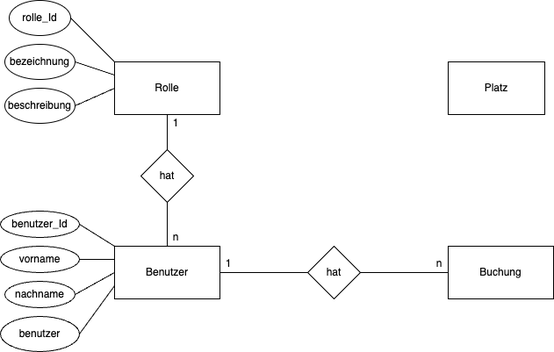
Before: Documentation/ER-Diagramm.drawio.png, a diagram exported from draw.io (n1klas2305/TennisBookingSystem). Source tidied: cells renumbered, new cells last; positions are measured from the earlier drawing's top-left corner, leaving out a move shared by most shapes.
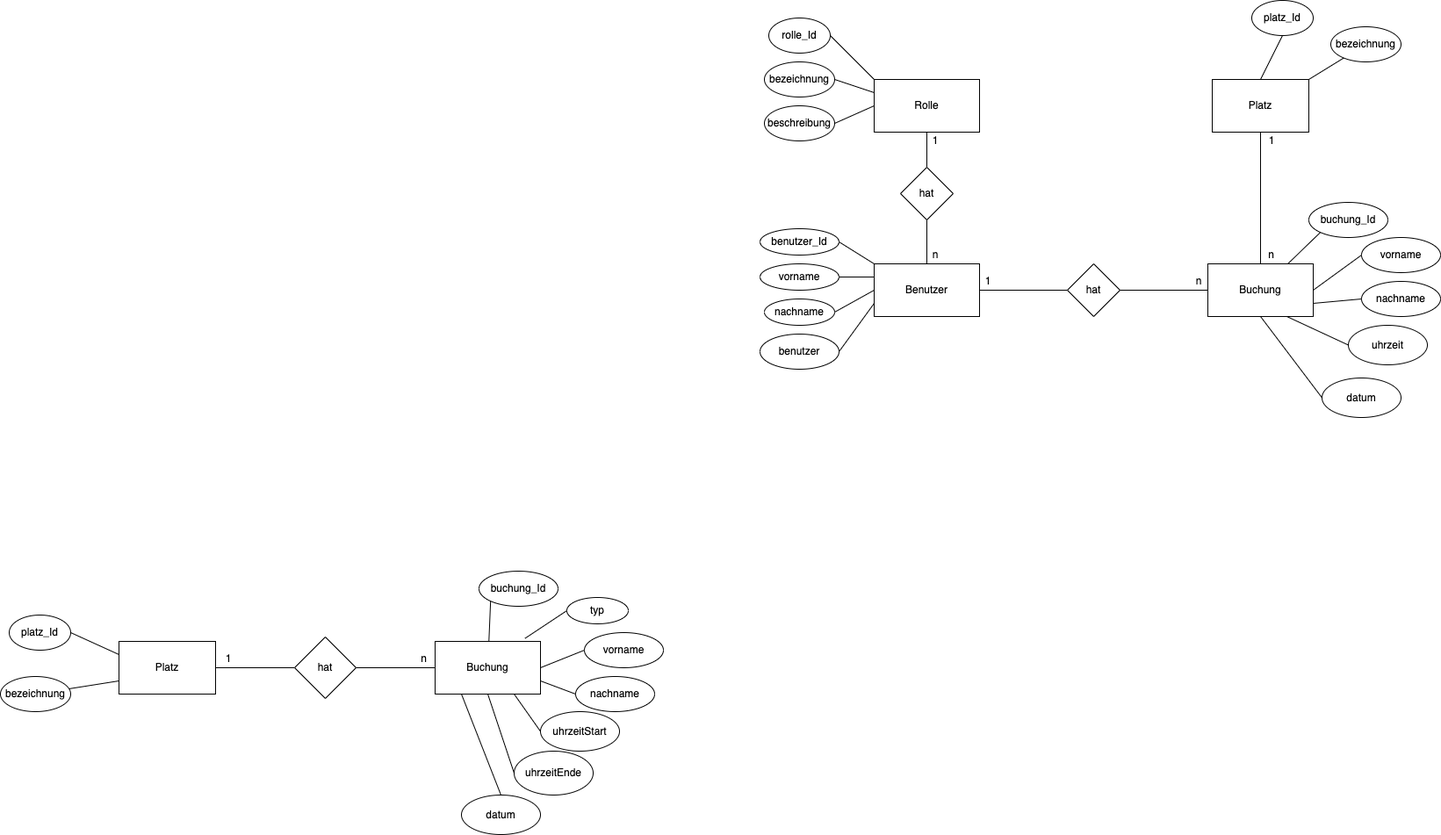
After the commit.

What changed in the source:
```diff
@@ -3,53 +3,107 @@
     <mxCell id="0" />
     <mxCell id="1" parent="0" />
     <mxCell id="2" value="Buchung" style="rounded=0;whiteSpace=wrap;html=1;" parent="1" vertex="1">
-      <mxGeometry x="510" y="280" width="120" height="60" as="geometry" />
+      <mxGeometry x="-370" y="710" width="120" height="60" as="geometry" />
     </mxCell>
+    <mxCell id="4" value="Platz" style="whiteSpace=wrap;html=1;" parent="1" vertex="1">
+      <mxGeometry x="-730" y="710" width="110" height="60" as="geometry" />
+    </mxCell>
+    <mxCell id="30" value="platz_Id&lt;span style=&quot;color: rgba(0, 0, 0, 0); font-family: monospace; font-size: 0px; text-align: start;&quot;&gt;%3CmxGraphModel%3E%3Croot%3E%3CmxCell%20id%3D%220%22%2F%3E%3CmxCell%20id%3D%221%22%20parent%3D%220%22%2F%3E%3CmxCell%20id%3D%222%22%20value%3D%22rolle_Id%22%20style%3D%22ellipse%3BwhiteSpace%3Dwrap%3Bhtml%3D1%3B%22%20vertex%3D%221%22%20parent%3D%221%22%3E%3CmxGeometry%20x%3D%22-100%22%20y%3D%22-20%22%20width%3D%2270%22%20height%3D%2240%22%20as%3D%22geometry%22%2F%3E%3C%2FmxCell%3E%3C%2Froot%3E%3C%2FmxGraphModel%3E&lt;/span&gt;" style="ellipse;whiteSpace=wrap;html=1;" parent="1" vertex="1">
+      <mxGeometry x="-855" y="680" width="70" height="40" as="geometry" />
+    </mxCell>
+    <mxCell id="31" style="endArrow=none;html=1;rounded=0;entryX=1;entryY=0.5;entryDx=0;entryDy=0;exitX=0;exitY=0.5;exitDx=0;exitDy=0;startArrow=none;" parent="1" edge="1" source="84" target="4">
+      <mxGeometry relative="1" as="geometry" />
+    </mxCell>
+    <mxCell id="32" value="n" style="text;html=1;strokeColor=none;fillColor=none;align=center;verticalAlign=middle;whiteSpace=wrap;rounded=0;" parent="1" vertex="1">
+      <mxGeometry x="-395" y="720" width="25" height="20" as="geometry" />
+    </mxCell>
+    <mxCell id="33" value="buchung_Id" style="ellipse;whiteSpace=wrap;html=1;" parent="1" vertex="1">
+      <mxGeometry x="-320" y="630" width="90" height="40" as="geometry" />
+    </mxCell>
+    <mxCell id="34" value="uhrzeitStart" style="ellipse;whiteSpace=wrap;html=1;" parent="1" vertex="1">
+      <mxGeometry x="-250" y="790" width="90" height="45" as="geometry" />
+    </mxCell>
+    <mxCell id="35" value="datum" style="ellipse;whiteSpace=wrap;html=1;" parent="1" vertex="1">
+      <mxGeometry x="-340" y="885" width="90" height="45" as="geometry" />
+    </mxCell>
+    <mxCell id="36" style="endArrow=none;html=1;rounded=0;entryX=0;entryY=1;entryDx=0;entryDy=0;" parent="1" edge="1" source="2" target="33">
+      <mxGeometry relative="1" as="geometry" />
+    </mxCell>
+    <mxCell id="37" style="endArrow=none;html=1;rounded=0;exitX=0.75;exitY=1;exitDx=0;exitDy=0;entryX=0;entryY=0.5;entryDx=0;entryDy=0;" parent="1" edge="1" source="2" target="34">
+      <mxGeometry relative="1" as="geometry" />
+    </mxCell>
+    <mxCell id="38" style="endArrow=none;html=1;rounded=0;exitX=0.25;exitY=1;exitDx=0;exitDy=0;entryX=0.5;entryY=0;entryDx=0;entryDy=0;" parent="1" edge="1" source="2" target="35">
+      <mxGeometry relative="1" as="geometry" />
+    </mxCell>
+    <mxCell id="39" style="endArrow=none;html=1;rounded=0;entryX=1;entryY=0.5;entryDx=0;entryDy=0;exitX=0;exitY=0.25;exitDx=0;exitDy=0;" parent="1" edge="1" source="4" target="30">
+      <mxGeometry relative="1" as="geometry" />
+    </mxCell>
+    <mxCell id="40" style="endArrow=none;html=1;rounded=0;exitX=0;exitY=0.75;exitDx=0;exitDy=0;" parent="1" edge="1" source="4" target="41">
+      <mxGeometry relative="1" as="geometry" />
+    </mxCell>
+    <mxCell id="41" value="bezeichnung" style="ellipse;whiteSpace=wrap;html=1;" parent="1" vertex="1">
+      <mxGeometry x="-865" y="750" width="80" height="40" as="geometry" />
+    </mxCell>
+    <mxCell id="42" style="endArrow=none;html=1;rounded=0;exitX=1;exitY=0.5;exitDx=0;exitDy=0;entryX=0;entryY=0.5;entryDx=0;entryDy=0;" parent="1" edge="1" source="2" target="43">
+      <mxGeometry relative="1" as="geometry" />
+    </mxCell>
+    <mxCell id="43" value="vorname" style="ellipse;whiteSpace=wrap;html=1;" parent="1" vertex="1">
+      <mxGeometry x="-200" y="700" width="90" height="40" as="geometry" />
+    </mxCell>
+    <mxCell id="44" value="nachname" style="ellipse;whiteSpace=wrap;html=1;" parent="1" vertex="1">
+      <mxGeometry x="-210" y="750" width="90" height="40" as="geometry" />
+    </mxCell>
+    <mxCell id="45" style="endArrow=none;html=1;rounded=0;exitX=1;exitY=0.75;exitDx=0;exitDy=0;entryX=0;entryY=0.5;entryDx=0;entryDy=0;" parent="1" edge="1" source="2" target="44">
+      <mxGeometry relative="1" as="geometry" />
+    </mxCell>
+    <mxCell id="46" value="Buchung" style="rounded=0;whiteSpace=wrap;html=1;" parent="1" vertex="1">
+      <mxGeometry x="510" y="280" width="120" height="60" as="geometry" />
+    </mxCell>
     <mxCell id="3" value="Benutzer" style="rounded=0;whiteSpace=wrap;html=1;" parent="1" vertex="1">
       <mxGeometry x="130" y="280" width="120" height="60" as="geometry" />
     </mxCell>
-    <mxCell id="4" value="Platz" style="whiteSpace=wrap;html=1;" parent="1" vertex="1">
-      <mxGeometry x="510" y="70" width="110" height="60" as="geometry" />
-    </mxCell>
+    <mxCell id="47" value="Platz" style="whiteSpace=wrap;html=1;" parent="1" vertex="1">
+      <mxGeometry x="515" y="70" width="110" height="60" as="geometry" />
+    </mxCell>
     <mxCell id="5" value="Rolle" style="whiteSpace=wrap;html=1;" parent="1" vertex="1">
       <mxGeometry x="130" y="70" width="120" height="60" as="geometry" />
     </mxCell>
-    <mxCell id="6" style="endArrow=none;html=1;rounded=0;exitX=0;exitY=0.5;exitDx=0;exitDy=0;entryX=1;entryY=0.5;entryDx=0;entryDy=0;startArrow=none;" parent="1" edge="1" source="13" target="3">
-      <mxGeometry relative="1" as="geometry" />
-    </mxCell>
-    <mxCell id="7" value="vorname" style="ellipse;whiteSpace=wrap;html=1;" parent="1" vertex="1">
-      <mxGeometry y="280" width="90" height="30" as="geometry" />
-    </mxCell>
-    <mxCell id="8" value="nachname" style="ellipse;whiteSpace=wrap;html=1;" parent="1" vertex="1">
-      <mxGeometry x="5" y="320" width="80" height="30" as="geometry" />
-    </mxCell>
+    <mxCell id="48" style="endArrow=none;html=1;rounded=0;exitX=0;exitY=0.5;exitDx=0;exitDy=0;entryX=1;entryY=0.5;entryDx=0;entryDy=0;startArrow=none;" parent="1" edge="1" source="53" target="3">
+      <mxGeometry relative="1" as="geometry" />
+    </mxCell>
+    <mxCell id="49" value="vorname" style="ellipse;whiteSpace=wrap;html=1;" parent="1" vertex="1">
+      <mxGeometry y="280" width="90" height="30" as="geometry" />
+    </mxCell>
+    <mxCell id="50" value="nachname" style="ellipse;whiteSpace=wrap;html=1;" parent="1" vertex="1">
+      <mxGeometry x="5" y="320" width="80" height="30" as="geometry" />
+    </mxCell>
     <mxCell id="9" value="benutzer" style="ellipse;whiteSpace=wrap;html=1;" parent="1" vertex="1">
       <mxGeometry y="360" width="90" height="40" as="geometry" />
     </mxCell>
-    <mxCell id="10" style="endArrow=none;html=1;rounded=0;entryX=1;entryY=0.5;entryDx=0;entryDy=0;exitX=0;exitY=0.25;exitDx=0;exitDy=0;" parent="1" edge="1" source="3" target="7">
-      <mxGeometry relative="1" as="geometry" />
-    </mxCell>
-    <mxCell id="11" style="endArrow=none;html=1;rounded=0;exitX=1;exitY=0.5;exitDx=0;exitDy=0;entryX=0;entryY=0.5;entryDx=0;entryDy=0;" parent="1" edge="1" source="8" target="3">
-      <mxGeometry relative="1" as="geometry" />
-    </mxCell>
+    <mxCell id="51" style="endArrow=none;html=1;rounded=0;entryX=1;entryY=0.5;entryDx=0;entryDy=0;exitX=0;exitY=0.25;exitDx=0;exitDy=0;" parent="1" edge="1" source="3" target="49">
+      <mxGeometry relative="1" as="geometry" />
+    </mxCell>
+    <mxCell id="52" style="endArrow=none;html=1;rounded=0;exitX=1;exitY=0.5;exitDx=0;exitDy=0;entryX=0;entryY=0.5;entryDx=0;entryDy=0;" parent="1" edge="1" source="50" target="3">
+      <mxGeometry relative="1" as="geometry" />
+    </mxCell>
     <mxCell id="12" style="endArrow=none;html=1;rounded=0;entryX=1;entryY=0.5;entryDx=0;entryDy=0;exitX=0;exitY=0.75;exitDx=0;exitDy=0;" parent="1" edge="1" source="3" target="9">
       <mxGeometry relative="1" as="geometry" />
     </mxCell>
-    <mxCell id="13" value="hat" style="rhombus;whiteSpace=wrap;html=1;" parent="1" vertex="1">
-      <mxGeometry x="350" y="280" width="60" height="60" as="geometry" />
-    </mxCell>
-    <mxCell id="14" style="endArrow=none;html=1;rounded=0;exitX=0;exitY=0.5;exitDx=0;exitDy=0;entryX=1;entryY=0.5;entryDx=0;entryDy=0;" parent="1" edge="1" source="2" target="13">
-      <mxGeometry relative="1" as="geometry" />
-    </mxCell>
-    <mxCell id="15" value="1" style="text;html=1;strokeColor=none;fillColor=none;align=center;verticalAlign=middle;whiteSpace=wrap;rounded=0;" parent="1" vertex="1">
-      <mxGeometry x="250" y="290" width="20" height="20" as="geometry" />
-    </mxCell>
-    <mxCell id="16" value="n" style="text;html=1;strokeColor=none;fillColor=none;align=center;verticalAlign=middle;whiteSpace=wrap;rounded=0;" parent="1" vertex="1">
-      <mxGeometry x="490" y="290" width="20" height="20" as="geometry" />
-    </mxCell>
-    <mxCell id="17" value="bezeichnung" style="ellipse;whiteSpace=wrap;html=1;" parent="1" vertex="1">
-      <mxGeometry x="5" y="50" width="80" height="40" as="geometry" />
-    </mxCell>
+    <mxCell id="53" value="hat" style="rhombus;whiteSpace=wrap;html=1;" parent="1" vertex="1">
+      <mxGeometry x="350" y="280" width="60" height="60" as="geometry" />
+    </mxCell>
+    <mxCell id="54" style="endArrow=none;html=1;rounded=0;exitX=0;exitY=0.5;exitDx=0;exitDy=0;entryX=1;entryY=0.5;entryDx=0;entryDy=0;" parent="1" edge="1" source="46" target="53">
+      <mxGeometry relative="1" as="geometry" />
+    </mxCell>
+    <mxCell id="55" value="1" style="text;html=1;strokeColor=none;fillColor=none;align=center;verticalAlign=middle;whiteSpace=wrap;rounded=0;" parent="1" vertex="1">
+      <mxGeometry x="250" y="290" width="20" height="20" as="geometry" />
+    </mxCell>
+    <mxCell id="56" value="n" style="text;html=1;strokeColor=none;fillColor=none;align=center;verticalAlign=middle;whiteSpace=wrap;rounded=0;" parent="1" vertex="1">
+      <mxGeometry x="490" y="290" width="20" height="20" as="geometry" />
+    </mxCell>
+    <mxCell id="57" value="bezeichnung" style="ellipse;whiteSpace=wrap;html=1;" parent="1" vertex="1">
+      <mxGeometry x="5" y="50" width="80" height="40" as="geometry" />
+    </mxCell>
     <mxCell id="18" value="beschreibung" style="ellipse;whiteSpace=wrap;html=1;" parent="1" vertex="1">
       <mxGeometry x="5" y="100" width="80" height="40" as="geometry" />
     </mxCell>
@@ -59,9 +113,9 @@
     <mxCell id="20" style="endArrow=none;html=1;rounded=0;entryX=1;entryY=0.5;entryDx=0;entryDy=0;exitX=0;exitY=0;exitDx=0;exitDy=0;" parent="1" edge="1" source="3" target="19">
       <mxGeometry relative="1" as="geometry" />
     </mxCell>
-    <mxCell id="21" style="endArrow=none;html=1;rounded=0;entryX=1;entryY=0.5;entryDx=0;entryDy=0;exitX=0;exitY=0.25;exitDx=0;exitDy=0;" parent="1" edge="1" source="5" target="17">
-      <mxGeometry relative="1" as="geometry" />
-    </mxCell>
+    <mxCell id="58" style="endArrow=none;html=1;rounded=0;entryX=1;entryY=0.5;entryDx=0;entryDy=0;exitX=0;exitY=0.25;exitDx=0;exitDy=0;" parent="1" edge="1" source="5" target="57">
+      <mxGeometry relative="1" as="geometry" />
+    </mxCell>
     <mxCell id="22" style="endArrow=none;html=1;rounded=0;entryX=1;entryY=0.5;entryDx=0;entryDy=0;exitX=0;exitY=0.5;exitDx=0;exitDy=0;" parent="1" edge="1" source="5" target="18">
       <mxGeometry relative="1" as="geometry" />
     </mxCell>
@@ -71,20 +125,92 @@
     <mxCell id="24" style="endArrow=none;html=1;rounded=0;entryX=1;entryY=0.5;entryDx=0;entryDy=0;exitX=0;exitY=0;exitDx=0;exitDy=0;" parent="1" edge="1" source="5" target="23">
       <mxGeometry relative="1" as="geometry" />
     </mxCell>
-    <mxCell id="25" style="endArrow=none;html=1;rounded=0;exitX=0.5;exitY=0;exitDx=0;exitDy=0;entryX=0.5;entryY=1;entryDx=0;entryDy=0;startArrow=none;" parent="1" edge="1" source="26" target="5">
-      <mxGeometry relative="1" as="geometry" />
-    </mxCell>
-    <mxCell id="26" value="hat" style="rhombus;whiteSpace=wrap;html=1;" parent="1" vertex="1">
-      <mxGeometry x="160" y="170" width="60" height="60" as="geometry" />
-    </mxCell>
-    <mxCell id="27" style="endArrow=none;html=1;rounded=0;exitX=0.5;exitY=0;exitDx=0;exitDy=0;entryX=0.5;entryY=1;entryDx=0;entryDy=0;startArrow=none;" parent="1" edge="1" source="3" target="26">
-      <mxGeometry relative="1" as="geometry" />
-    </mxCell>
-    <mxCell id="28" value="n" style="text;html=1;strokeColor=none;fillColor=none;align=center;verticalAlign=middle;whiteSpace=wrap;rounded=0;" parent="1" vertex="1">
-      <mxGeometry x="190" y="260" width="20" height="20" as="geometry" />
-    </mxCell>
-    <mxCell id="29" value="1" style="text;html=1;strokeColor=none;fillColor=none;align=center;verticalAlign=middle;whiteSpace=wrap;rounded=0;" parent="1" vertex="1">
-      <mxGeometry x="190" y="130" width="20" height="20" as="geometry" />
-    </mxCell>
+    <mxCell id="59" style="endArrow=none;html=1;rounded=0;exitX=0.5;exitY=0;exitDx=0;exitDy=0;entryX=0.5;entryY=1;entryDx=0;entryDy=0;startArrow=none;" parent="1" edge="1" source="60" target="5">
+      <mxGeometry relative="1" as="geometry" />
+    </mxCell>
+    <mxCell id="60" value="hat" style="rhombus;whiteSpace=wrap;html=1;" parent="1" vertex="1">
+      <mxGeometry x="160" y="170" width="60" height="60" as="geometry" />
+    </mxCell>
+    <mxCell id="61" style="endArrow=none;html=1;rounded=0;exitX=0.5;exitY=0;exitDx=0;exitDy=0;entryX=0.5;entryY=1;entryDx=0;entryDy=0;startArrow=none;" parent="1" edge="1" source="3" target="60">
+      <mxGeometry relative="1" as="geometry" />
+    </mxCell>
+    <mxCell id="62" value="n" style="text;html=1;strokeColor=none;fillColor=none;align=center;verticalAlign=middle;whiteSpace=wrap;rounded=0;" parent="1" vertex="1">
+      <mxGeometry x="190" y="260" width="20" height="20" as="geometry" />
+    </mxCell>
+    <mxCell id="63" value="1" style="text;html=1;strokeColor=none;fillColor=none;align=center;verticalAlign=middle;whiteSpace=wrap;rounded=0;" parent="1" vertex="1">
+      <mxGeometry x="190" y="130" width="20" height="20" as="geometry" />
+    </mxCell>
+    <mxCell id="64" value="platz_Id&lt;span style=&quot;color: rgba(0, 0, 0, 0); font-family: monospace; font-size: 0px; text-align: start;&quot;&gt;%3CmxGraphModel%3E%3Croot%3E%3CmxCell%20id%3D%220%22%2F%3E%3CmxCell%20id%3D%221%22%20parent%3D%220%22%2F%3E%3CmxCell%20id%3D%222%22%20value%3D%22rolle_Id%22%20style%3D%22ellipse%3BwhiteSpace%3Dwrap%3Bhtml%3D1%3B%22%20vertex%3D%221%22%20parent%3D%221%22%3E%3CmxGeometry%20x%3D%22-100%22%20y%3D%22-20%22%20width%3D%2270%22%20height%3D%2240%22%20as%3D%22geometry%22%2F%3E%3C%2FmxCell%3E%3C%2Froot%3E%3C%2FmxGraphModel%3E&lt;/span&gt;" style="ellipse;whiteSpace=wrap;html=1;" parent="1" vertex="1">
+      <mxGeometry x="560" y="-20" width="70" height="40" as="geometry" />
+    </mxCell>
+    <mxCell id="65" style="endArrow=none;html=1;rounded=0;entryX=0.5;entryY=1;entryDx=0;entryDy=0;exitX=0.5;exitY=0;exitDx=0;exitDy=0;" parent="1" edge="1" source="46" target="47">
+      <mxGeometry relative="1" as="geometry" />
+    </mxCell>
+    <mxCell id="66" value="n" style="text;html=1;strokeColor=none;fillColor=none;align=center;verticalAlign=middle;whiteSpace=wrap;rounded=0;" parent="1" vertex="1">
+      <mxGeometry x="570" y="260" width="25" height="20" as="geometry" />
+    </mxCell>
+    <mxCell id="67" value="1" style="text;html=1;strokeColor=none;fillColor=none;align=center;verticalAlign=middle;whiteSpace=wrap;rounded=0;" parent="1" vertex="1">
+      <mxGeometry x="572.5" y="130" width="20" height="20" as="geometry" />
+    </mxCell>
+    <mxCell id="68" value="buchung_Id" style="ellipse;whiteSpace=wrap;html=1;" parent="1" vertex="1">
+      <mxGeometry x="625" y="210" width="90" height="40" as="geometry" />
+    </mxCell>
+    <mxCell id="69" value="uhrzeit" style="ellipse;whiteSpace=wrap;html=1;" parent="1" vertex="1">
+      <mxGeometry x="670" y="350" width="90" height="45" as="geometry" />
+    </mxCell>
+    <mxCell id="70" value="datum" style="ellipse;whiteSpace=wrap;html=1;" parent="1" vertex="1">
+      <mxGeometry x="640" y="410" width="90" height="45" as="geometry" />
+    </mxCell>
+    <mxCell id="71" style="endArrow=none;html=1;rounded=0;entryX=0;entryY=1;entryDx=0;entryDy=0;" parent="1" edge="1" source="46" target="68">
+      <mxGeometry relative="1" as="geometry" />
+    </mxCell>
+    <mxCell id="72" style="endArrow=none;html=1;rounded=0;exitX=0.75;exitY=1;exitDx=0;exitDy=0;entryX=0;entryY=0.5;entryDx=0;entryDy=0;" parent="1" edge="1" source="46" target="69">
+      <mxGeometry relative="1" as="geometry" />
+    </mxCell>
+    <mxCell id="73" style="endArrow=none;html=1;rounded=0;exitX=0.5;exitY=1;exitDx=0;exitDy=0;entryX=0;entryY=0.5;entryDx=0;entryDy=0;" parent="1" edge="1" source="46" target="70">
+      <mxGeometry relative="1" as="geometry" />
+    </mxCell>
+    <mxCell id="74" style="endArrow=none;html=1;rounded=0;entryX=0.5;entryY=1;entryDx=0;entryDy=0;exitX=0.5;exitY=0;exitDx=0;exitDy=0;" parent="1" edge="1" source="47" target="64">
+      <mxGeometry relative="1" as="geometry" />
+    </mxCell>
+    <mxCell id="75" style="endArrow=none;html=1;rounded=0;exitX=1;exitY=0;exitDx=0;exitDy=0;" parent="1" edge="1" source="47" target="76">
+      <mxGeometry relative="1" as="geometry" />
+    </mxCell>
+    <mxCell id="76" value="bezeichnung" style="ellipse;whiteSpace=wrap;html=1;" parent="1" vertex="1">
+      <mxGeometry x="650" y="10" width="80" height="40" as="geometry" />
+    </mxCell>
+    <mxCell id="77" style="endArrow=none;html=1;rounded=0;exitX=1;exitY=0.5;exitDx=0;exitDy=0;entryX=0;entryY=0.5;entryDx=0;entryDy=0;" parent="1" edge="1" source="46" target="78">
+      <mxGeometry relative="1" as="geometry" />
+    </mxCell>
+    <mxCell id="78" value="vorname" style="ellipse;whiteSpace=wrap;html=1;" parent="1" vertex="1">
+      <mxGeometry x="685" y="250" width="90" height="40" as="geometry" />
+    </mxCell>
+    <mxCell id="79" value="nachname" style="ellipse;whiteSpace=wrap;html=1;" parent="1" vertex="1">
+      <mxGeometry x="685" y="300" width="90" height="40" as="geometry" />
+    </mxCell>
+    <mxCell id="80" style="endArrow=none;html=1;rounded=0;exitX=1;exitY=0.75;exitDx=0;exitDy=0;entryX=0;entryY=0.5;entryDx=0;entryDy=0;" parent="1" edge="1" source="46" target="79">
+      <mxGeometry relative="1" as="geometry" />
+    </mxCell>
+    <mxCell id="81" value="typ" style="ellipse;whiteSpace=wrap;html=1;" parent="1" vertex="1">
+      <mxGeometry x="-220" y="660" width="70" height="30" as="geometry" />
+    </mxCell>
+    <mxCell id="82" style="endArrow=none;html=1;rounded=0;entryX=0;entryY=0.5;entryDx=0;entryDy=0;exitX=0.854;exitY=-0.058;exitDx=0;exitDy=0;exitPerimeter=0;" parent="1" edge="1" source="2" target="81">
+      <mxGeometry relative="1" as="geometry" />
+    </mxCell>
+    <mxCell id="83" value="1" style="text;html=1;strokeColor=none;fillColor=none;align=center;verticalAlign=middle;whiteSpace=wrap;rounded=0;" parent="1" vertex="1">
+      <mxGeometry x="-620" y="720" width="30" height="20" as="geometry" />
+    </mxCell>
+    <mxCell id="84" value="hat" style="rhombus;whiteSpace=wrap;html=1;" parent="1" vertex="1">
+      <mxGeometry x="-530" y="705" width="70" height="70" as="geometry" />
+    </mxCell>
+    <mxCell id="85" style="endArrow=none;html=1;rounded=0;entryX=1;entryY=0.5;entryDx=0;entryDy=0;exitX=0;exitY=0.5;exitDx=0;exitDy=0;" parent="1" edge="1" source="2" target="84">
+      <mxGeometry relative="1" as="geometry" />
+    </mxCell>
+    <mxCell id="86" value="uhrzeitEnde" style="ellipse;whiteSpace=wrap;html=1;" parent="1" vertex="1">
+      <mxGeometry x="-280" y="835" width="90" height="50" as="geometry" />
+    </mxCell>
+    <mxCell id="87" style="endArrow=none;html=1;rounded=0;exitX=0.5;exitY=1;exitDx=0;exitDy=0;entryX=0;entryY=0.5;entryDx=0;entryDy=0;" parent="1" edge="1" source="2" target="86">
+      <mxGeometry relative="1" as="geometry" />
+    </mxCell>
   </root>
 </mxGraphModel>
```
